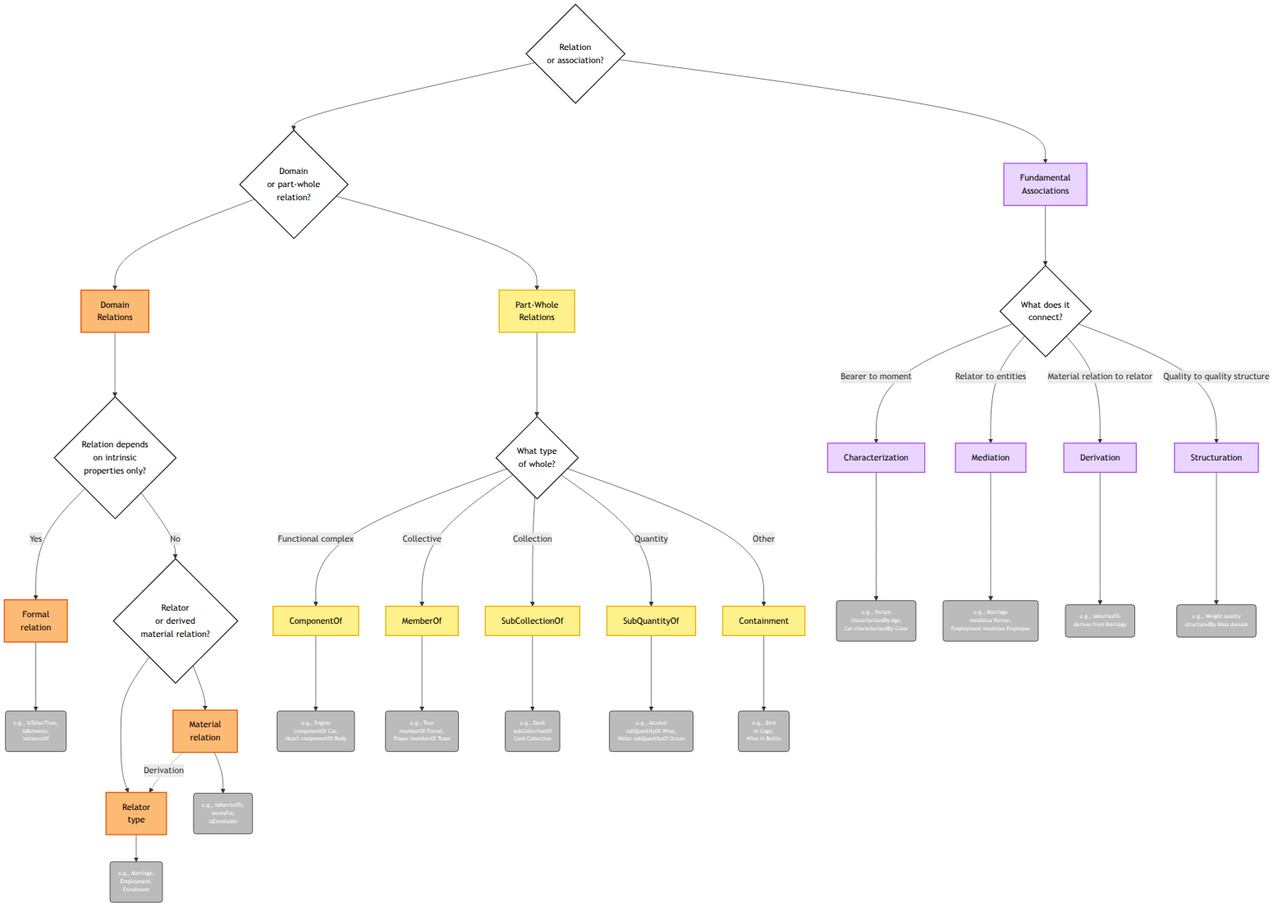
Above: 04-Relational.png in spdrnl/UFO-Modeling-Decision-Tree (Mermaid), before the change. Its source is kept beside it as 04-Relational.mermaid. Its diagram source:
```mermaid
flowchart TD
    R0{"Relation \nor association?"}
    R1{"Domain \nor part-whole \nrelation?"}

    R0 --> R1
    R1 --> DR[Domain \nRelations]
    R1 --> PW[Part-Whole \nRelations]
    R0 --> FA[Fundamental \nAssociations]

    DR --> DR1{Relation depends \non intrinsic \nproperties only?}
    DR1 -->|Yes| FOR[Formal \nrelation]
    DR1 -->|No| MAT{Relator \nor derived \nmaterial relation?}

    MAT --> RL[Relator \ntype]
    RL_ex("e.g., Marriage, \nEmployment, \nEnrollment"):::example
    RL --> RL_ex
    MAT --> MR[Material \nrelation]

    MR -.->|Derivation| RL

    FA --> FA1{What does it \nconnect?}
    FA1 -->|Bearer to moment| CHAR[Characterization]
    FA1 -->|Relator to entities| MED[Mediation]
    FA1 -->|Material relation to relator| DER[Derivation]
    FA1 -->|Quality to quality structure| STRU[Structuration]

    PW --> PW1{What type \nof whole?}

    PW1 -->|Functional complex| CPO[ComponentOf]
    PW1 -->|Collective| MBO[MemberOf]
    PW1 -->|Collection| SCO[SubCollectionOf]
    PW1 -->|Quantity| SQO[SubQuantityOf]
    PW1 -->|Other| CON[Containment]

    FOR_ex("e.g., isTallerThan, \nisBetween, \ninstanceOf"):::example
    FOR --> FOR_ex

    MR_ex("e.g., isMarriedTo, \nworksFor, \nisEnrolledIn"):::example
    MR --> MR_ex

    CHAR_ex("e.g., Person \ncharacterizedBy Age, \nCar characterizedBy Color"):::example
    CHAR --> CHAR_ex

    MED_ex("e.g., Marriage \nmediates Person, \nEmployment mediates Employee"):::example
    MED --> MED_ex

    DER_ex("e.g., isMarriedTo \nderives from Marriage"):::example
    DER --> DER_ex

    STRU_ex("e.g., Weight quality \nstructuredBy Mass domain"):::example
    STRU --> STRU_ex

    CPO_ex("e.g., Engine \ncomponentOf Car, \nHeart componentOf Body"):::example
    CPO --> CPO_ex

    MBO_ex("e.g., Tree \nmemberOf Forest, \nPlayer memberOf Team"):::example
    MBO --> MBO_ex

    SCO_ex("e.g., Deck \nsubCollectionOf \nCard Collection"):::example
    SCO --> SCO_ex

    SQO_ex("e.g., Alcohol \nsubQuantityOf Wine, \nWater subQuantityOf Ocean"):::example
    SQO --> SQO_ex

    CON_ex("e.g., Bird \nin Cage, \nWine in Bottle"):::example
    CON --> CON_ex

    classDef example fill:#BBBBBB,stroke:#111827,stroke-width:1px,color:#ffffff,font-size:10px;
    classDef generic fill:#ffffff,stroke:#333,stroke-width:2px,color:#000;
    classDef relator fill:#fdba74,stroke:#ea580c,stroke-width:2px,color:#000;
    classDef meronymic fill:#fef08a,stroke:#eab308,stroke-width:2px,color:#000;
    classDef fundamental fill:#e9d5ff,stroke:#a855f7,stroke-width:2px,color:#000;

    class R0,R1,DR1,PW1,MAT,FA1 generic;
    class DR,FOR,MR,RL relator;
    class PW,CPO,MBO,SCO,SQO,CON meronymic;
    class FA,CHAR,MED,DER,STRU fundamental;
```
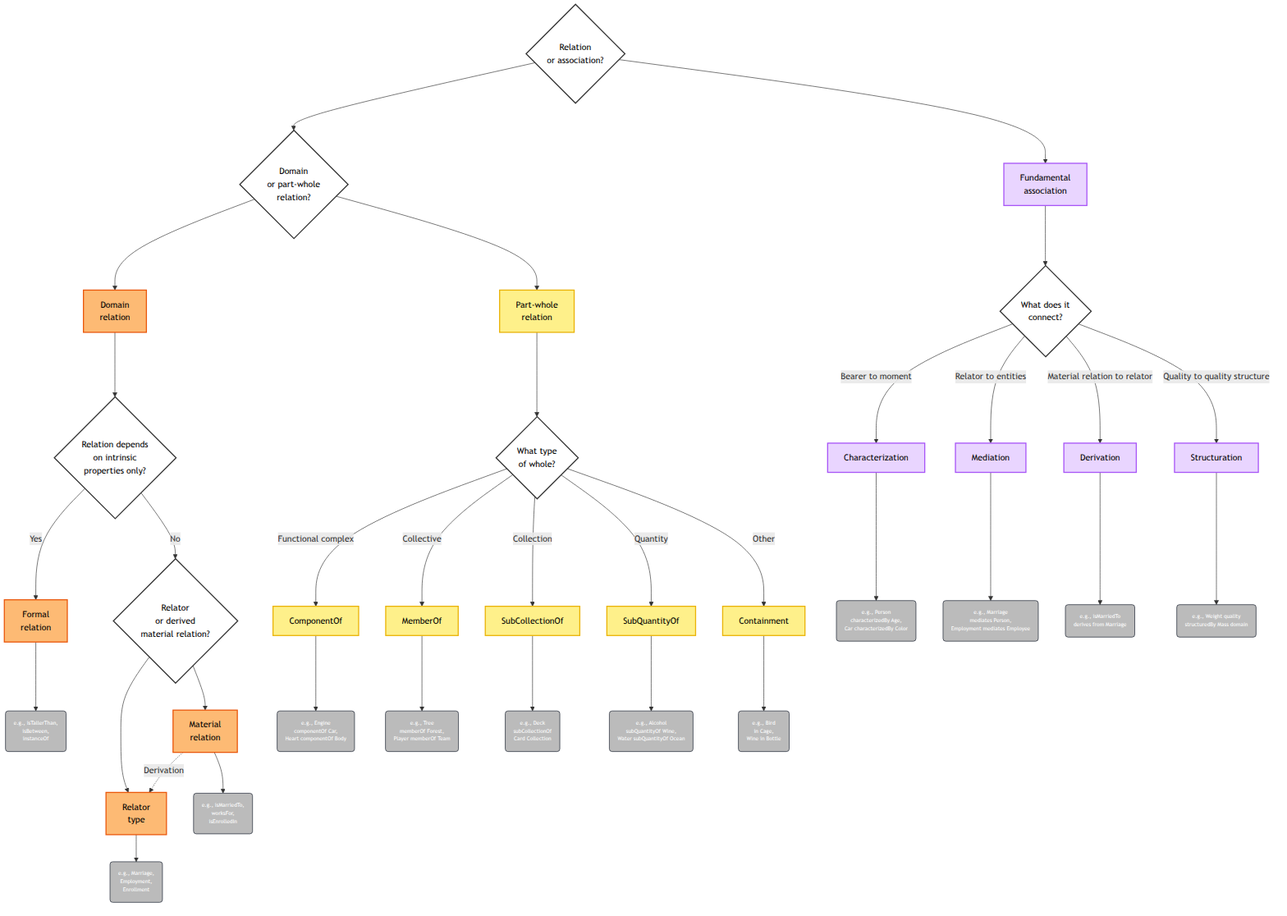
Above is the later version.

The edit, as a diff of the source:
```diff
@@ -3,9 +3,9 @@
     R1{"Domain \nor part-whole \nrelation?"}
 
     R0 --> R1
-    R1 --> DR[Domain \nRelations]
-    R1 --> PW[Part-Whole \nRelations]
-    R0 --> FA[Fundamental \nAssociations]
+    R1 --> DR[Domain \nrelation]
+    R1 --> PW[Part-whole \nrelation]
+    R0 --> FA[Fundamental \nassociation]
 
     DR --> DR1{Relation depends \non intrinsic \nproperties only?}
     DR1 -->|Yes| FOR[Formal \nrelation]
```
